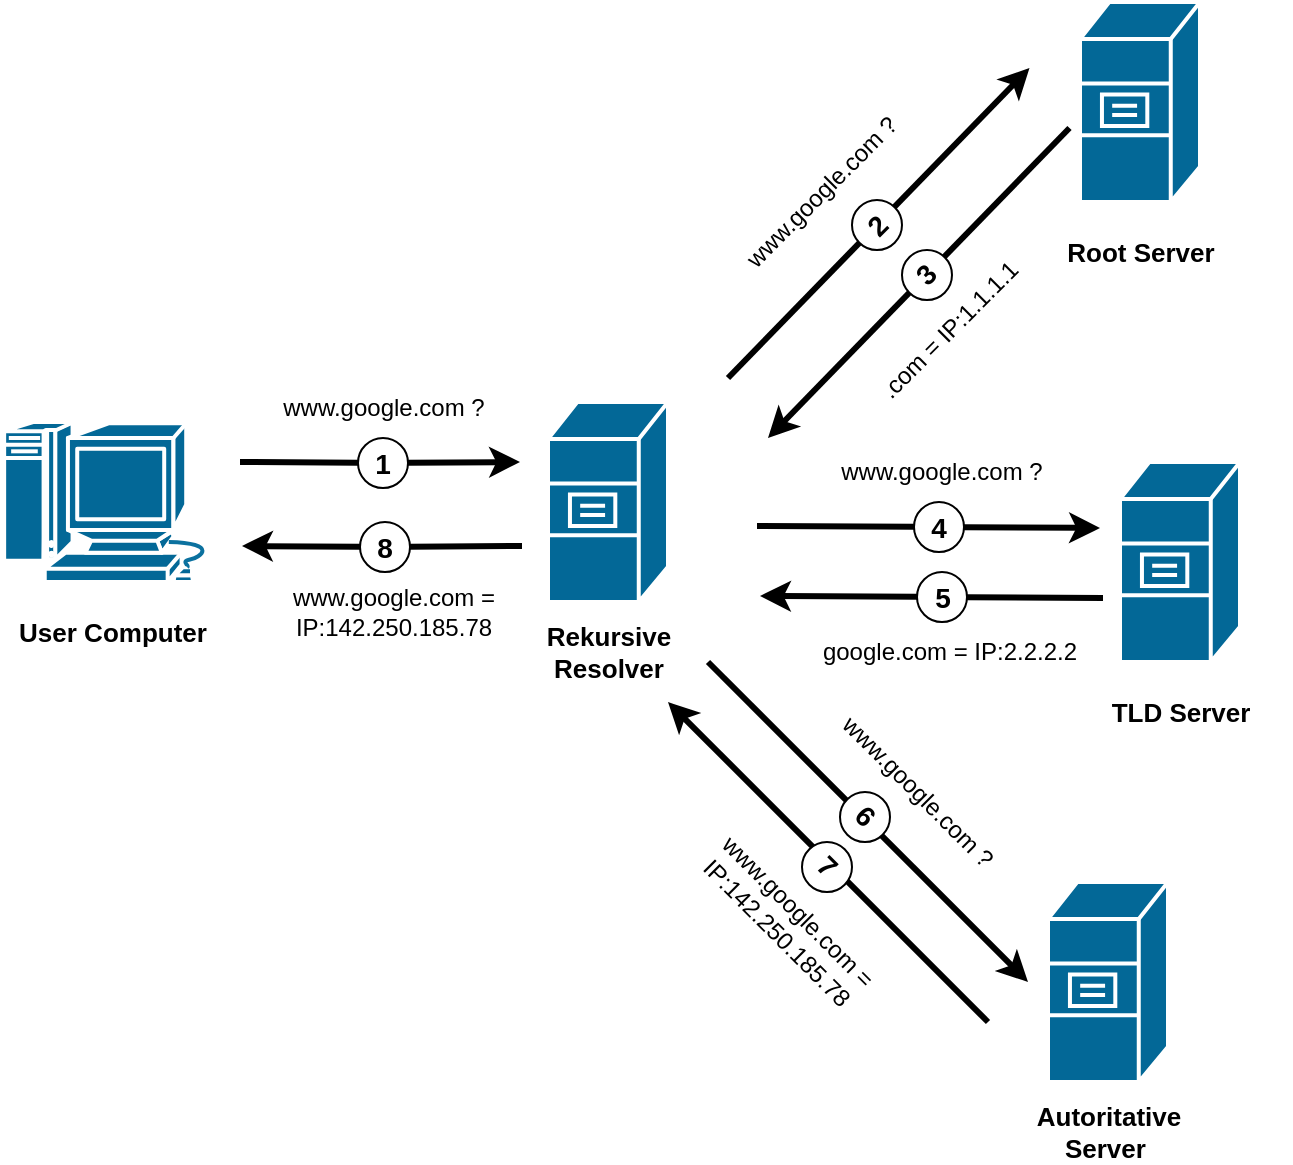
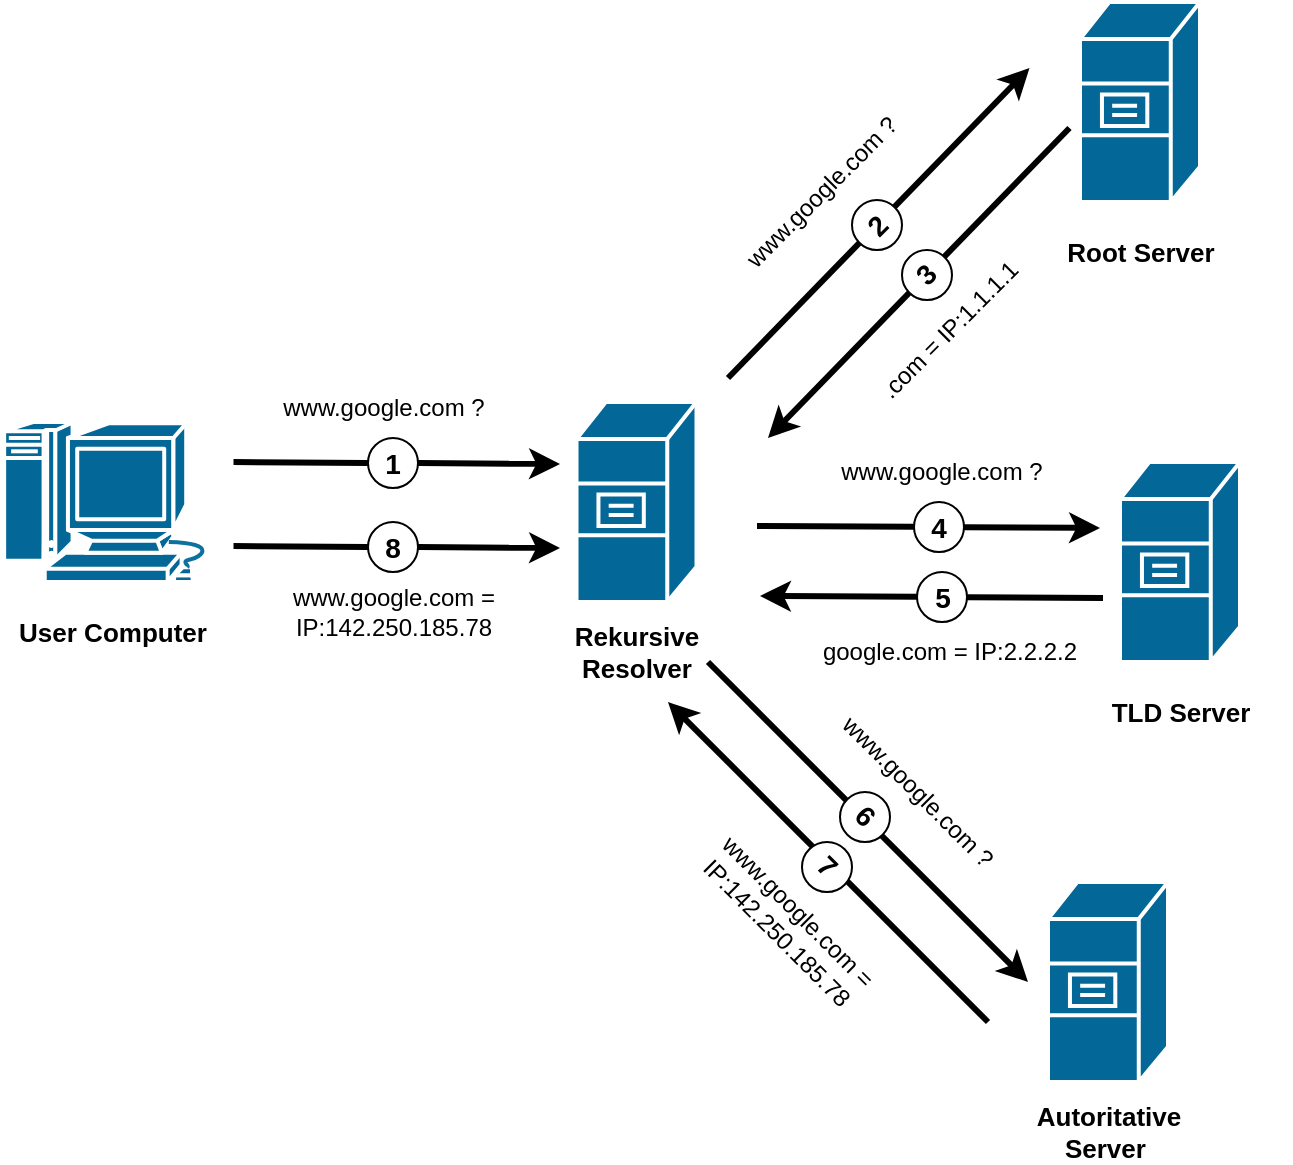
<mxfile host="app.diagrams.net">
  <diagram name="Seite-1" id="MIxLioLs22-T0WrDI3D8">
    <mxGraphModel dx="970" dy="621" grid="1" gridSize="10" guides="1" tooltips="1" connect="1" arrows="1" fold="1" page="1" pageScale="1" pageWidth="827" pageHeight="1169" math="0" shadow="0">
      <root>
        <mxCell id="0" />
        <mxCell id="1" parent="0" />
        <mxCell id="Kp2z6UUhsxGEWxrTFEi2-1" parent="1" style="sketch=0;html=1;pointerEvents=1;dashed=0;fillColor=#036897;strokeColor=#ffffff;strokeWidth=2;verticalLabelPosition=bottom;verticalAlign=top;align=center;outlineConnect=0;shape=mxgraph.cisco.computers_and_peripherals.macintosh;" value="" vertex="1">
          <mxGeometry height="80" width="109" x="41.5" y="400" as="geometry" />
        </mxCell>
        <mxCell id="Kp2z6UUhsxGEWxrTFEi2-2" parent="1" style="strokeColor=#ffffff;sketch=0;html=1;pointerEvents=1;dashed=0;fillColor=#036897;strokeWidth=2;verticalLabelPosition=bottom;verticalAlign=top;align=center;outlineConnect=0;shape=mxgraph.cisco.servers.file_server;" value="" vertex="1">
-           <mxGeometry height="100" width="60" x="314" y="390" as="geometry" />
+           <mxGeometry height="100" width="60" x="328.25" y="390" as="geometry" />
        </mxCell>
        <mxCell id="Kp2z6UUhsxGEWxrTFEi2-3" parent="1" style="strokeColor=#ffffff;sketch=0;html=1;pointerEvents=1;dashed=0;fillColor=#036897;strokeWidth=2;verticalLabelPosition=bottom;verticalAlign=top;align=center;outlineConnect=0;shape=mxgraph.cisco.servers.file_server;" value="" vertex="1">
          <mxGeometry height="100" width="60" x="580" y="190" as="geometry" />
        </mxCell>
        <mxCell id="Kp2z6UUhsxGEWxrTFEi2-4" parent="1" style="strokeColor=#ffffff;sketch=0;html=1;pointerEvents=1;dashed=0;fillColor=#036897;strokeWidth=2;verticalLabelPosition=bottom;verticalAlign=top;align=center;outlineConnect=0;shape=mxgraph.cisco.servers.file_server;" value="" vertex="1">
          <mxGeometry height="100" width="60" x="600" y="420" as="geometry" />
        </mxCell>
        <mxCell id="Kp2z6UUhsxGEWxrTFEi2-5" parent="1" style="strokeColor=#ffffff;sketch=0;html=1;pointerEvents=1;dashed=0;fillColor=#036897;strokeWidth=2;verticalLabelPosition=bottom;verticalAlign=top;align=center;outlineConnect=0;shape=mxgraph.cisco.servers.file_server;" value="" vertex="1">
          <mxGeometry height="100" width="60" x="564" y="630" as="geometry" />
        </mxCell>
        <mxCell id="Kp2z6UUhsxGEWxrTFEi2-13" edge="1" parent="1" style="endArrow=classic;html=1;rounded=0;strokeWidth=3;" value="">
          <mxGeometry height="50" relative="1" width="50" as="geometry">
            <mxPoint x="394" y="520" as="sourcePoint" />
            <mxPoint x="554" y="680" as="targetPoint" />
          </mxGeometry>
        </mxCell>
        <mxCell id="Kp2z6UUhsxGEWxrTFEi2-14" edge="1" parent="1" style="endArrow=none;html=1;rounded=0;strokeWidth=3;startArrow=classic;startFill=1;endFill=0;" value="">
          <mxGeometry height="50" relative="1" width="50" as="geometry">
            <mxPoint x="374" y="540" as="sourcePoint" />
            <mxPoint x="534" y="700" as="targetPoint" />
          </mxGeometry>
        </mxCell>
        <mxCell id="Kp2z6UUhsxGEWxrTFEi2-15" parent="1" style="text;html=1;whiteSpace=wrap;strokeColor=none;fillColor=none;align=center;verticalAlign=middle;rounded=0;" value="&lt;b&gt;&lt;font style=&quot;font-size: 13px;&quot;&gt;User Computer&lt;/font&gt;&lt;/b&gt;" vertex="1">
          <mxGeometry height="30" width="110.5" x="40.75" y="490" as="geometry" />
        </mxCell>
        <mxCell id="Kp2z6UUhsxGEWxrTFEi2-17" parent="1" style="text;html=1;whiteSpace=wrap;strokeColor=none;fillColor=none;align=center;verticalAlign=middle;rounded=0;" value="&lt;span style=&quot;font-size: 13px;&quot;&gt;&lt;b&gt;Rekursive Resolver&lt;/b&gt;&lt;/span&gt;" vertex="1">
-           <mxGeometry height="30" width="110.5" x="288.75" y="500" as="geometry" />
+           <mxGeometry height="30" width="110.5" x="303" y="500" as="geometry" />
        </mxCell>
        <mxCell id="Kp2z6UUhsxGEWxrTFEi2-18" parent="1" style="text;html=1;whiteSpace=wrap;strokeColor=none;fillColor=none;align=center;verticalAlign=middle;rounded=0;" value="&lt;span style=&quot;font-size: 13px;&quot;&gt;&lt;b&gt;Root Server&lt;/b&gt;&lt;/span&gt;" vertex="1">
          <mxGeometry height="30" width="110.5" x="554.75" y="300" as="geometry" />
        </mxCell>
        <mxCell id="Kp2z6UUhsxGEWxrTFEi2-19" parent="1" style="text;html=1;whiteSpace=wrap;strokeColor=none;fillColor=none;align=center;verticalAlign=middle;rounded=0;" value="&lt;span style=&quot;font-size: 13px;&quot;&gt;&lt;b&gt;TLD Server&lt;/b&gt;&lt;/span&gt;" vertex="1">
          <mxGeometry height="30" width="110.5" x="574.75" y="530" as="geometry" />
        </mxCell>
        <mxCell id="Kp2z6UUhsxGEWxrTFEi2-20" parent="1" style="text;html=1;whiteSpace=wrap;strokeColor=none;fillColor=none;align=center;verticalAlign=middle;rounded=0;" value="&lt;span style=&quot;font-size: 13px;&quot;&gt;&lt;b&gt;Autoritative Server&amp;nbsp;&lt;/b&gt;&lt;/span&gt;" vertex="1">
          <mxGeometry height="30" width="110.5" x="538.75" y="740" as="geometry" />
        </mxCell>
        <mxCell id="Kp2z6UUhsxGEWxrTFEi2-22" parent="1" style="text;html=1;whiteSpace=wrap;strokeColor=none;fillColor=none;align=center;verticalAlign=middle;rounded=0;" value="www.google.com ?" vertex="1">
          <mxGeometry height="30" width="130" x="166.5" y="378" as="geometry" />
-         </mxCell>
-         <mxCell id="Kp2z6UUhsxGEWxrTFEi2-52" connectable="0" parent="1" style="group" value="" vertex="1">
-           <mxGeometry height="25" width="25" x="219" y="408" as="geometry" />
-         </mxCell>
-         <mxCell id="Kp2z6UUhsxGEWxrTFEi2-6" edge="1" parent="Kp2z6UUhsxGEWxrTFEi2-52" source="Kp2z6UUhsxGEWxrTFEi2-40" style="endArrow=classic;html=1;rounded=0;strokeWidth=3;" value="">
-           <mxGeometry height="50" relative="1" width="50" as="geometry">
-             <mxPoint x="-59" y="12" as="sourcePoint" />
-             <mxPoint x="81" y="12" as="targetPoint" />
-           </mxGeometry>
-         </mxCell>
-         <mxCell id="Kp2z6UUhsxGEWxrTFEi2-41" edge="1" parent="Kp2z6UUhsxGEWxrTFEi2-52" style="endArrow=none;html=1;rounded=0;strokeWidth=3;endFill=0;" target="Kp2z6UUhsxGEWxrTFEi2-40" value="">
-           <mxGeometry height="50" relative="1" width="50" as="geometry">
-             <mxPoint x="-59" y="12" as="sourcePoint" />
-             <mxPoint x="81" y="12" as="targetPoint" />
-           </mxGeometry>
-         </mxCell>
-         <mxCell id="Kp2z6UUhsxGEWxrTFEi2-40" parent="Kp2z6UUhsxGEWxrTFEi2-52" style="ellipse;whiteSpace=wrap;html=1;aspect=fixed;fillColor=none;fontSize=14;" value="&lt;font&gt;&lt;b&gt;1&lt;/b&gt;&lt;/font&gt;" vertex="1">
-           <mxGeometry height="25" width="25" as="geometry" />
-         </mxCell>
-         <mxCell id="Kp2z6UUhsxGEWxrTFEi2-53" connectable="0" parent="1" style="group" value="" vertex="1">
-           <mxGeometry height="25" width="25" x="220" y="450" as="geometry" />
-         </mxCell>
-         <mxCell id="Kp2z6UUhsxGEWxrTFEi2-54" edge="1" parent="Kp2z6UUhsxGEWxrTFEi2-53" source="Kp2z6UUhsxGEWxrTFEi2-56" style="endArrow=none;html=1;rounded=0;strokeWidth=3;endFill=0;" value="">
-           <mxGeometry height="50" relative="1" width="50" as="geometry">
-             <mxPoint x="-59" y="12" as="sourcePoint" />
-             <mxPoint x="81" y="12" as="targetPoint" />
-           </mxGeometry>
-         </mxCell>
-         <mxCell id="Kp2z6UUhsxGEWxrTFEi2-55" edge="1" parent="Kp2z6UUhsxGEWxrTFEi2-53" style="endArrow=none;html=1;rounded=0;strokeWidth=3;endFill=0;startArrow=classic;startFill=1;" target="Kp2z6UUhsxGEWxrTFEi2-56" value="">
-           <mxGeometry height="50" relative="1" width="50" as="geometry">
-             <mxPoint x="-59" y="12" as="sourcePoint" />
-             <mxPoint x="81" y="12" as="targetPoint" />
-           </mxGeometry>
-         </mxCell>
-         <mxCell id="Kp2z6UUhsxGEWxrTFEi2-56" parent="Kp2z6UUhsxGEWxrTFEi2-53" style="ellipse;whiteSpace=wrap;html=1;aspect=fixed;fillColor=none;fontSize=14;" value="&lt;b&gt;8&lt;/b&gt;" vertex="1">
-           <mxGeometry height="25" width="25" as="geometry" />
        </mxCell>
        <mxCell id="Kp2z6UUhsxGEWxrTFEi2-77" edge="1" parent="1" source="Kp2z6UUhsxGEWxrTFEi2-79" style="endArrow=classic;html=1;rounded=0;strokeWidth=3;" value="">
          <mxGeometry height="50" relative="1" width="50" as="geometry">
            <mxPoint x="418.5" y="452" as="sourcePoint" />
            <mxPoint x="590" y="453" as="targetPoint" />
          </mxGeometry>
        </mxCell>
        <mxCell id="Kp2z6UUhsxGEWxrTFEi2-78" edge="1" parent="1" style="endArrow=none;html=1;rounded=0;strokeWidth=3;endFill=0;" target="Kp2z6UUhsxGEWxrTFEi2-79" value="">
          <mxGeometry height="50" relative="1" width="50" as="geometry">
            <mxPoint x="418.5" y="452" as="sourcePoint" />
            <mxPoint x="558.5" y="452" as="targetPoint" />
          </mxGeometry>
        </mxCell>
        <mxCell id="Kp2z6UUhsxGEWxrTFEi2-79" parent="1" style="ellipse;whiteSpace=wrap;html=1;aspect=fixed;fillColor=none;fontSize=14;" value="&lt;font&gt;&lt;b&gt;4&lt;/b&gt;&lt;/font&gt;" vertex="1">
          <mxGeometry height="25" width="25" x="497" y="440" as="geometry" />
        </mxCell>
        <mxCell id="Kp2z6UUhsxGEWxrTFEi2-81" edge="1" parent="1" style="endArrow=classic;html=1;rounded=0;strokeWidth=3;" value="">
          <mxGeometry height="50" relative="1" width="50" as="geometry">
            <mxPoint x="404" y="378" as="sourcePoint" />
            <mxPoint x="554.75" y="223" as="targetPoint" />
          </mxGeometry>
        </mxCell>
        <mxCell id="Kp2z6UUhsxGEWxrTFEi2-82" parent="1" style="ellipse;whiteSpace=wrap;html=1;aspect=fixed;fillColor=default;fontSize=14;rotation=-45;" value="&lt;font&gt;&lt;b&gt;2&lt;/b&gt;&lt;/font&gt;" vertex="1">
          <mxGeometry height="25" width="25" x="466" y="289" as="geometry" />
        </mxCell>
        <mxCell id="Kp2z6UUhsxGEWxrTFEi2-86" edge="1" parent="1" source="Kp2z6UUhsxGEWxrTFEi2-88" style="endArrow=none;html=1;rounded=0;strokeWidth=3;endFill=0;" value="">
          <mxGeometry height="50" relative="1" width="50" as="geometry">
            <mxPoint x="420" y="487" as="sourcePoint" />
            <mxPoint x="591.5" y="488" as="targetPoint" />
          </mxGeometry>
        </mxCell>
        <mxCell id="Kp2z6UUhsxGEWxrTFEi2-87" edge="1" parent="1" style="endArrow=none;html=1;rounded=0;strokeWidth=3;endFill=0;startArrow=classic;startFill=1;" target="Kp2z6UUhsxGEWxrTFEi2-88" value="">
          <mxGeometry height="50" relative="1" width="50" as="geometry">
            <mxPoint x="420" y="487" as="sourcePoint" />
            <mxPoint x="560" y="487" as="targetPoint" />
          </mxGeometry>
        </mxCell>
        <mxCell id="Kp2z6UUhsxGEWxrTFEi2-88" parent="1" style="ellipse;whiteSpace=wrap;html=1;aspect=fixed;fillColor=none;fontSize=14;" value="&lt;font&gt;&lt;b&gt;5&lt;/b&gt;&lt;/font&gt;" vertex="1">
          <mxGeometry height="25" width="25" x="498.5" y="475" as="geometry" />
        </mxCell>
        <mxCell id="Kp2z6UUhsxGEWxrTFEi2-89" edge="1" parent="1" style="endArrow=none;html=1;rounded=0;strokeWidth=3;endFill=0;startArrow=classic;startFill=1;" value="">
          <mxGeometry height="50" relative="1" width="50" as="geometry">
            <mxPoint x="424" y="408" as="sourcePoint" />
            <mxPoint x="574.75" y="253" as="targetPoint" />
          </mxGeometry>
        </mxCell>
        <mxCell id="Kp2z6UUhsxGEWxrTFEi2-90" parent="1" style="ellipse;whiteSpace=wrap;html=1;aspect=fixed;fillColor=default;fontSize=14;rotation=-45;" value="&lt;font&gt;&lt;b&gt;3&lt;/b&gt;&lt;/font&gt;" vertex="1">
          <mxGeometry height="25" width="25" x="490.9976695296637" y="313.9976695296637" as="geometry" />
        </mxCell>
        <mxCell id="Kp2z6UUhsxGEWxrTFEi2-91" parent="1" style="ellipse;whiteSpace=wrap;html=1;aspect=fixed;fillColor=default;fontSize=14;rotation=45;" value="&lt;font&gt;&lt;b&gt;6&lt;/b&gt;&lt;/font&gt;" vertex="1">
          <mxGeometry height="25" width="25" x="459.99766952966365" y="584.9976695296638" as="geometry" />
        </mxCell>
        <mxCell id="Kp2z6UUhsxGEWxrTFEi2-93" parent="1" style="ellipse;whiteSpace=wrap;html=1;aspect=fixed;fillColor=default;fontSize=14;rotation=45;" value="&lt;font&gt;&lt;b&gt;7&lt;/b&gt;&lt;/font&gt;" vertex="1">
          <mxGeometry height="25" width="25" x="440.9976695296637" y="609.9976695296638" as="geometry" />
        </mxCell>
        <mxCell id="Kp2z6UUhsxGEWxrTFEi2-94" parent="1" style="text;html=1;whiteSpace=wrap;strokeColor=none;fillColor=none;align=center;verticalAlign=middle;rounded=0;rotation=-45;" value="www.google.com ?" vertex="1">
          <mxGeometry height="30" width="130" x="386" y="270" as="geometry" />
        </mxCell>
        <mxCell id="Kp2z6UUhsxGEWxrTFEi2-95" parent="1" style="text;html=1;whiteSpace=wrap;strokeColor=none;fillColor=none;align=center;verticalAlign=middle;rounded=0;" value="www.google.com ?" vertex="1">
          <mxGeometry height="30" width="130" x="446" y="410" as="geometry" />
        </mxCell>
        <mxCell id="Kp2z6UUhsxGEWxrTFEi2-96" parent="1" style="text;html=1;whiteSpace=wrap;strokeColor=none;fillColor=none;align=center;verticalAlign=middle;rounded=0;rotation=45;" value="www.google.com ?" vertex="1">
          <mxGeometry height="30" width="130" x="434" y="570" as="geometry" />
        </mxCell>
        <mxCell id="Kp2z6UUhsxGEWxrTFEi2-97" parent="1" style="text;html=1;whiteSpace=wrap;strokeColor=none;fillColor=none;align=center;verticalAlign=middle;rounded=0;rotation=-45;" value=".com = IP:1.1.1.1" vertex="1">
          <mxGeometry height="30" width="130" x="449.9985424949238" y="338.9985424949238" as="geometry" />
        </mxCell>
        <mxCell id="Kp2z6UUhsxGEWxrTFEi2-99" parent="1" style="text;html=1;whiteSpace=wrap;strokeColor=none;fillColor=none;align=center;verticalAlign=middle;rounded=0;rotation=0;" value="google.com = IP:2.2.2.2" vertex="1">
          <mxGeometry height="30" width="140" x="445" y="500" as="geometry" />
        </mxCell>
        <mxCell id="Kp2z6UUhsxGEWxrTFEi2-102" parent="1" style="text;html=1;whiteSpace=wrap;strokeColor=none;fillColor=none;align=center;verticalAlign=middle;rounded=0;rotation=45;" value="www.google.com = IP:142.250.185.78" vertex="1">
          <mxGeometry height="30" width="120" x="374" y="635" as="geometry" />
        </mxCell>
        <mxCell id="Kp2z6UUhsxGEWxrTFEi2-103" parent="1" style="text;html=1;whiteSpace=wrap;strokeColor=none;fillColor=none;align=center;verticalAlign=middle;rounded=0;rotation=0;" value="www.google.com = IP:142.250.185.78" vertex="1">
          <mxGeometry height="30" width="120" x="176.50300858899104" y="480.00300858899107" as="geometry" />
        </mxCell>
+         <mxCell id="Kp2z6UUhsxGEWxrTFEi2-106" edge="1" parent="1" source="Kp2z6UUhsxGEWxrTFEi2-108" style="endArrow=classic;html=1;rounded=0;strokeWidth=3;exitX=1;exitY=0.5;exitDx=0;exitDy=0;" value="">
+           <mxGeometry height="50" relative="1" width="50" as="geometry">
+             <mxPoint x="260.25" y="421" as="sourcePoint" />
+             <mxPoint x="320" y="421" as="targetPoint" />
+           </mxGeometry>
+         </mxCell>
+         <mxCell id="Kp2z6UUhsxGEWxrTFEi2-107" edge="1" parent="1" style="endArrow=none;html=1;rounded=0;strokeWidth=3;endFill=0;entryX=0;entryY=0.5;entryDx=0;entryDy=0;" target="Kp2z6UUhsxGEWxrTFEi2-108" value="">
+           <mxGeometry height="50" relative="1" width="50" as="geometry">
+             <mxPoint x="156.75" y="420" as="sourcePoint" />
+             <mxPoint x="226" y="420" as="targetPoint" />
+           </mxGeometry>
+         </mxCell>
+         <mxCell id="Kp2z6UUhsxGEWxrTFEi2-108" parent="1" style="ellipse;whiteSpace=wrap;html=1;aspect=fixed;fillColor=none;fontSize=14;" value="&lt;b&gt;1&lt;/b&gt;" vertex="1">
+           <mxGeometry height="25" width="25" x="224" y="408" as="geometry" />
+         </mxCell>
+         <mxCell id="Kp2z6UUhsxGEWxrTFEi2-111" edge="1" parent="1" source="Kp2z6UUhsxGEWxrTFEi2-113" style="endArrow=classic;html=1;rounded=0;strokeWidth=3;exitX=1;exitY=0.5;exitDx=0;exitDy=0;" value="">
+           <mxGeometry height="50" relative="1" width="50" as="geometry">
+             <mxPoint x="260.25" y="463" as="sourcePoint" />
+             <mxPoint x="320" y="463" as="targetPoint" />
+           </mxGeometry>
+         </mxCell>
+         <mxCell id="Kp2z6UUhsxGEWxrTFEi2-112" edge="1" parent="1" style="endArrow=none;html=1;rounded=0;strokeWidth=3;endFill=0;entryX=0;entryY=0.5;entryDx=0;entryDy=0;" target="Kp2z6UUhsxGEWxrTFEi2-113" value="">
+           <mxGeometry height="50" relative="1" width="50" as="geometry">
+             <mxPoint x="156.75" y="462" as="sourcePoint" />
+             <mxPoint x="226" y="462" as="targetPoint" />
+           </mxGeometry>
+         </mxCell>
+         <mxCell id="Kp2z6UUhsxGEWxrTFEi2-113" parent="1" style="ellipse;whiteSpace=wrap;html=1;aspect=fixed;fillColor=none;fontSize=14;" value="&lt;b&gt;8&lt;/b&gt;" vertex="1">
+           <mxGeometry height="25" width="25" x="224" y="450" as="geometry" />
+         </mxCell>
      </root>
    </mxGraphModel>
  </diagram>
</mxfile>
